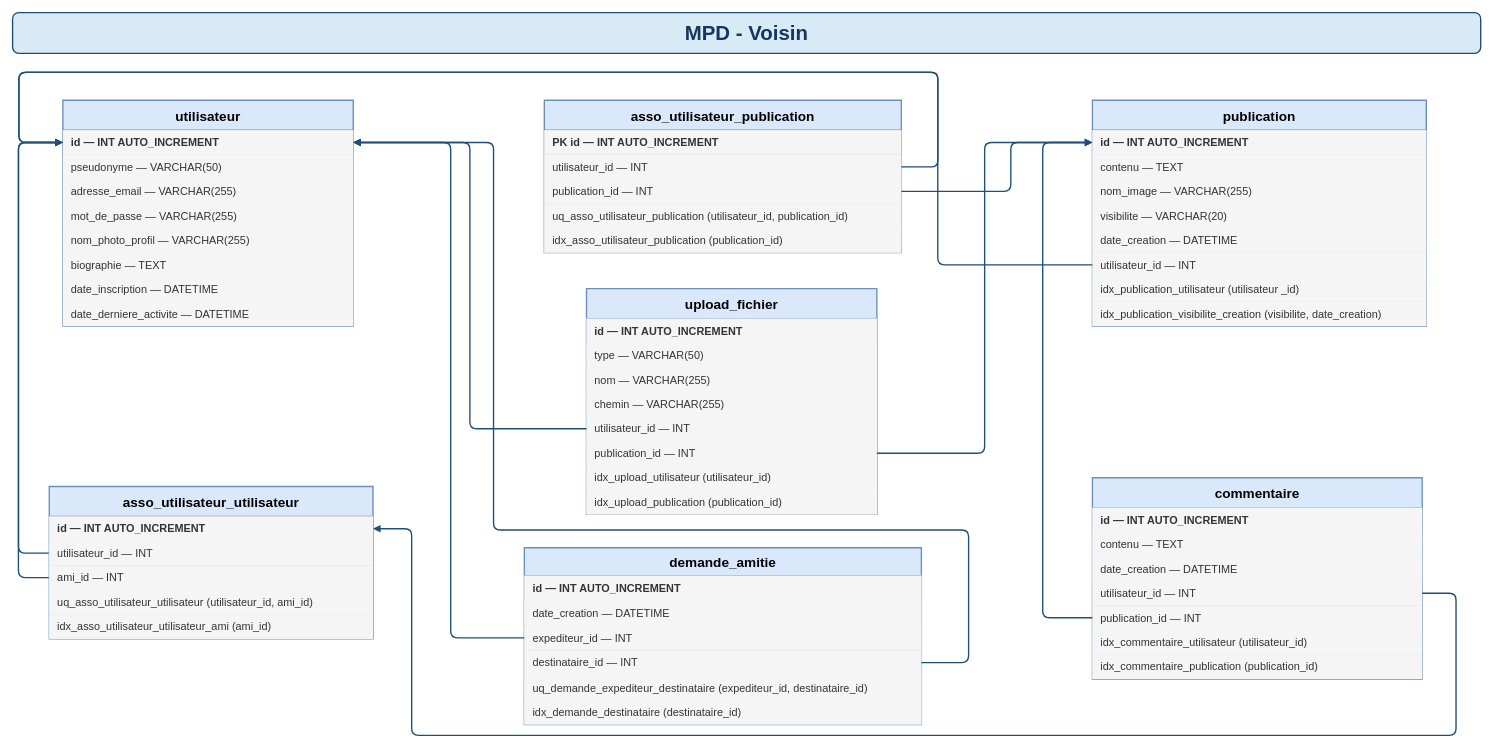
Before: page "MPD" (1 of 2) of documents/conceptualisation/Modèles de données/MPD.drawio in anthonylepichon/voisin, a draw.io diagram. Source tidied: cells renumbered, new cells numbered last; positions are measured from the earlier drawing's top-left corner, leaving out a move shared by most shapes. Both pictures are drawn from the tidied source at 68%, with x=0, y=0 at pixel (12, 12).
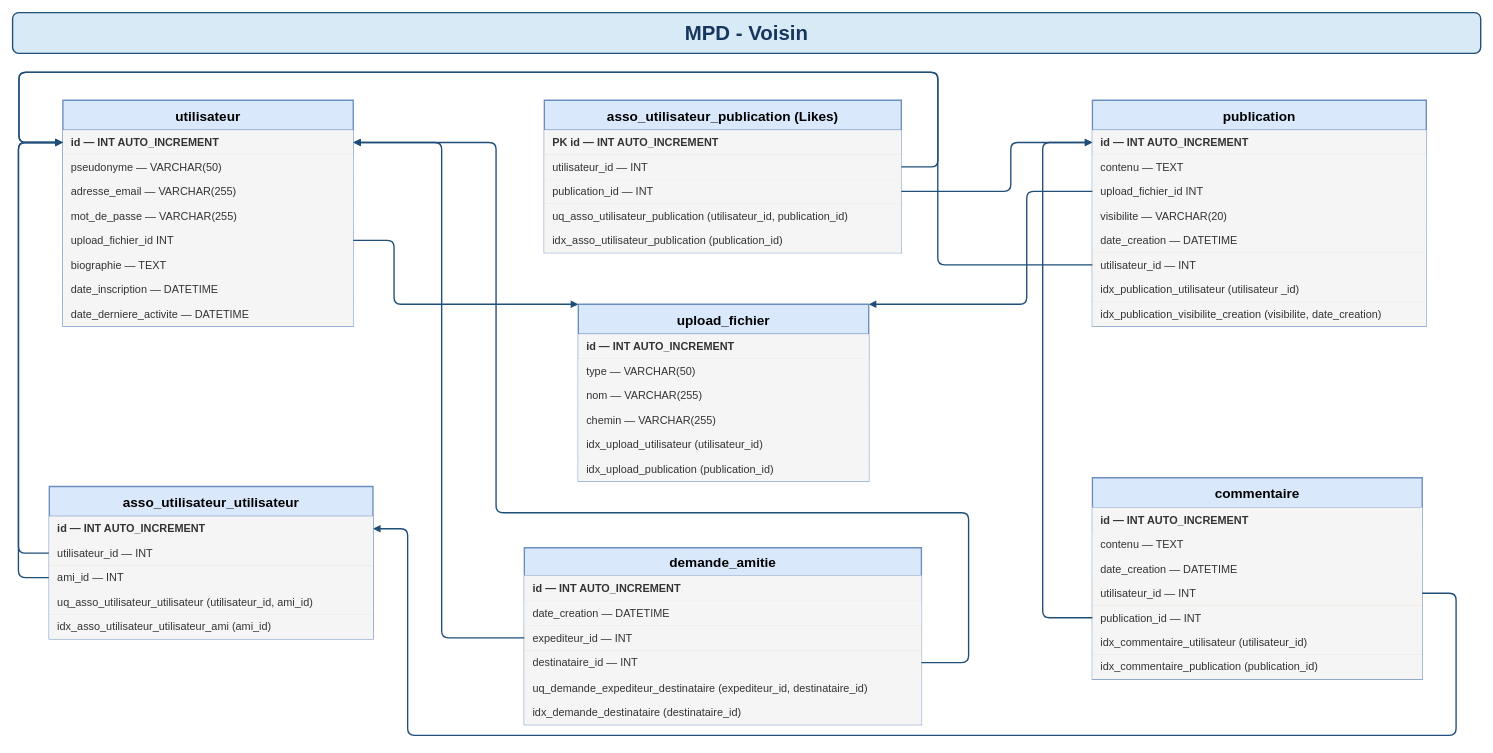
The same page after the edit.

Unchanged cells that the change refers to:
```xml
<mxCell id="15" style="shape=tableRow;horizontal=0;startSize=0;swimlaneHead=0;swimlaneBody=0;strokeColor=#9FBAD0;top=0;left=0;bottom=0;right=0;fillColor=#E1D5E7;points=[[0,0.5],[1,0.5]];portConstraint=eastwest;" parent="14" vertex="1">
  <mxGeometry y="44" width="427" height="36" as="geometry" />
</mxCell>
<mxCell id="23" style="shape=tableRow;horizontal=0;startSize=0;swimlaneHead=0;swimlaneBody=0;strokeColor=#9FBAD0;top=0;left=0;bottom=0;right=0;fillColor=#FFFFFF;points=[[0,0.5],[1,0.5]];portConstraint=eastwest;" parent="14" vertex="1">
  <mxGeometry y="188" width="427" height="36" as="geometry" />
</mxCell>
<mxCell id="36" style="shape=tableRow;horizontal=0;startSize=0;swimlaneHead=0;swimlaneBody=0;strokeColor=#9FBAD0;top=0;left=0;bottom=0;right=0;fillColor=#FFF2CC;points=[[0,0.5],[1,0.5]];portConstraint=eastwest;" parent="31" vertex="1">
  <mxGeometry y="114" width="583.9" height="37" as="geometry" />
</mxCell>
<mxCell id="38" style="shape=tableRow;horizontal=0;startSize=0;swimlaneHead=0;swimlaneBody=0;strokeColor=#9FBAD0;top=0;left=0;bottom=0;right=0;fillColor=#FFF2CC;points=[[0,0.5],[1,0.5]];portConstraint=eastwest;" parent="31" vertex="1">
  <mxGeometry y="151" width="583.9" height="36" as="geometry" />
</mxCell>
<mxCell id="45" style="shape=tableRow;horizontal=0;startSize=0;swimlaneHead=0;swimlaneBody=0;strokeColor=#9FBAD0;top=0;left=0;bottom=0;right=0;fillColor=#E1D5E7;points=[[0,0.5],[1,0.5]];portConstraint=eastwest;" parent="44" vertex="1">
  <mxGeometry y="44" width="491" height="36" as="geometry" />
</mxCell>
<mxCell id="49" style="shape=tableRow;horizontal=0;startSize=0;swimlaneHead=0;swimlaneBody=0;strokeColor=#9FBAD0;top=0;left=0;bottom=0;right=0;fillColor=#FFFFFF;points=[[0,0.5],[1,0.5]];portConstraint=eastwest;" parent="44" vertex="1">
  <mxGeometry y="116" width="491" height="36" as="geometry" />
</mxCell>
<mxCell id="68" style="shape=tableRow;horizontal=0;startSize=0;swimlaneHead=0;swimlaneBody=0;strokeColor=#9FBAD0;top=0;left=0;bottom=0;right=0;fillColor=#FFF2CC;points=[[0,0.5],[1,0.5]];portConstraint=eastwest;" parent="61" vertex="1">
  <mxGeometry y="152" width="485" height="36" as="geometry" />
</mxCell>
<mxCell id="86" style="shape=tableRow;horizontal=0;startSize=0;swimlaneHead=0;swimlaneBody=0;strokeColor=#9FBAD0;top=0;left=0;bottom=0;right=0;fillColor=#E1D5E7;points=[[0,0.5],[1,0.5]];portConstraint=eastwest;" parent="85" vertex="1">
  <mxGeometry y="44" width="476" height="36" as="geometry" />
</mxCell>
```

The edit, as a diff of the source:
```diff
@@
-    <mxCell id="3" value="asso_utilisateur_publication" style="shape=table;startSize=44;childLayout=tableLayout;strokeColor=#6c8ebf;strokeWidth=2;fillColor=#dae8fc;fontSize=20;rowLines=1;align=center;fontStyle=1;rounded=0;" parent="1" vertex="1">
+    <mxCell id="3" value="asso_utilisateur_publication (Likes)" style="shape=table;startSize=44;childLayout=tableLayout;strokeColor=#6c8ebf;strokeWidth=2;fillColor=#dae8fc;fontSize=20;rowLines=1;align=center;fontStyle=1;rounded=0;" parent="1" vertex="1">
       <mxGeometry x="782" y="129" width="525" height="224" as="geometry" />
     </mxCell>
@@
-    <mxCell id="24" value="nom_photo_profil — VARCHAR(255)" style="shape=partialRectangle;html=1;whiteSpace=wrap;strokeColor=#666666;fillColor=#f5f5f5;top=0;left=0;bottom=0;right=0;fontSize=16;fontColor=#333333;align=left;verticalAlign=middle;spacingLeft=10;" parent="23" vertex="1">
+    <mxCell id="24" value="upload_fichier_id INT" style="shape=partialRectangle;html=1;whiteSpace=wrap;strokeColor=#666666;fillColor=#f5f5f5;top=0;left=0;bottom=0;right=0;fontSize=16;fontColor=#333333;align=left;verticalAlign=middle;spacingLeft=10;" parent="23" vertex="1">
       <mxGeometry width="427" height="36" as="geometry" />
     </mxCell>
@@
-    <mxCell id="50" value="nom_image — VARCHAR(255)" style="shape=partialRectangle;html=1;whiteSpace=wrap;strokeColor=#666666;fillColor=#f5f5f5;top=0;left=0;bottom=0;right=0;fontSize=16;fontColor=#333333;align=left;verticalAlign=middle;spacingLeft=10;" parent="49" vertex="1">
+    <mxCell id="50" value="upload_fichier_id INT" style="shape=partialRectangle;html=1;whiteSpace=wrap;strokeColor=#666666;fillColor=#f5f5f5;top=0;left=0;bottom=0;right=0;fontSize=16;fontColor=#333333;align=left;verticalAlign=middle;spacingLeft=10;" parent="49" vertex="1">
       <mxGeometry width="491" height="36" as="geometry" />
     </mxCell>
@@
     <mxCell id="79" style="edgeStyle=orthogonalEdgeStyle;rounded=1;jettySize=20;html=1;endArrow=block;endFill=1;strokeColor=#1F4E78;strokeWidth=2;exitX=0;exitY=0.5;entryX=1;entryY=0.5;entryDx=0;entryDy=0;exitDx=0;exitDy=0;" parent="1" edge="1" source="36" target="15">
       <mxGeometry relative="1" as="geometry">
         <Array as="points">
-          <mxPoint x="644.3" y="919.5" />
-          <mxPoint x="644.3" y="191" />
+          <mxPoint x="631" y="919.5" />
+          <mxPoint x="631" y="191" />
         </Array>
       </mxGeometry>
     </mxCell>
     <mxCell id="80" style="edgeStyle=orthogonalEdgeStyle;rounded=1;jettySize=20;html=1;endArrow=block;endFill=1;strokeColor=#1F4E78;strokeWidth=2;exitX=1;exitY=0.5;entryX=1;entryY=0.5;entryDx=0;entryDy=0;" parent="1" edge="1" source="38" target="15">
       <mxGeometry relative="1" as="geometry">
         <Array as="points">
           <mxPoint x="1405.9" y="956" />
-          <mxPoint x="1405.9" y="760.9" />
-          <mxPoint x="707.3" y="760.9" />
-          <mxPoint x="707.3" y="191" />
+          <mxPoint x="1405.9" y="735.5" />
+          <mxPoint x="711" y="735.5" />
+          <mxPoint x="711" y="191" />
         </Array>
       </mxGeometry>
     </mxCell>
@@
     <mxCell id="84" style="edgeStyle=orthogonalEdgeStyle;rounded=1;jettySize=20;html=1;endArrow=block;endFill=1;strokeColor=#1F4E78;strokeWidth=2;exitX=1;exitY=0.5;entryX=1;entryY=0.5;entryDx=0;entryDy=0;" parent="1" edge="1" source="68" target="86">
       <mxGeometry relative="1" as="geometry">
         <Array as="points">
-          <mxPoint x="2122.7" y="854" />
-          <mxPoint x="2122.7" y="1063" />
-          <mxPoint x="586.9" y="1063" />
-          <mxPoint x="586.9" y="759" />
+          <mxPoint x="2122.8" y="854" />
+          <mxPoint x="2122.8" y="1063" />
+          <mxPoint x="581" y="1063" />
+          <mxPoint x="581" y="759" />
         </Array>
       </mxGeometry>
     </mxCell>
@@
     <mxCell id="96" value="upload_fichier" style="shape=table;startSize=44;childLayout=tableLayout;strokeColor=#6c8ebf;strokeWidth=2;fillColor=#dae8fc;fontSize=20;rowLines=1;align=center;fontStyle=1;rounded=0;" parent="1" vertex="1">
-      <mxGeometry x="844" y="406" width="427" height="332" as="geometry" />
+      <mxGeometry x="832" y="429" width="427" height="260" as="geometry" />
     </mxCell>
@@
-    <mxCell id="105" style="shape=tableRow;horizontal=0;startSize=0;swimlaneHead=0;swimlaneBody=0;strokeColor=#9FBAD0;top=0;left=0;bottom=0;right=0;fillColor=#FFFFFF;points=[[0,0.5],[1,0.5]];portConstraint=eastwest;" parent="96" vertex="1">
-      <mxGeometry y="188" width="427" height="36" as="geometry" />
-    </mxCell>
-    <mxCell id="106" value="utilisateur_id — INT" style="shape=partialRectangle;html=1;whiteSpace=wrap;strokeColor=#666666;fillColor=#f5f5f5;top=0;left=0;bottom=0;right=0;fontSize=16;fontColor=#333333;align=left;verticalAlign=middle;spacingLeft=10;" parent="105" vertex="1">
-      <mxGeometry width="427" height="36" as="geometry" />
-    </mxCell>
-    <mxCell id="107" style="shape=tableRow;horizontal=0;startSize=0;swimlaneHead=0;swimlaneBody=0;strokeColor=#9FBAD0;top=0;left=0;bottom=0;right=0;fillColor=#FFFFFF;points=[[0,0.5],[1,0.5]];portConstraint=eastwest;" parent="96" vertex="1">
-      <mxGeometry y="224" width="427" height="36" as="geometry" />
-    </mxCell>
-    <mxCell id="108" value="publication_id — INT" style="shape=partialRectangle;html=1;whiteSpace=wrap;strokeColor=#666666;fillColor=#f5f5f5;top=0;left=0;bottom=0;right=0;fontSize=16;fontColor=#333333;align=left;verticalAlign=middle;spacingLeft=10;" parent="107" vertex="1">
-      <mxGeometry width="427" height="36" as="geometry" />
-    </mxCell>
     <mxCell id="109" style="shape=tableRow;horizontal=0;startSize=0;swimlaneHead=0;swimlaneBody=0;strokeColor=#9FBAD0;top=0;left=0;bottom=0;right=0;fillColor=#FFFFFF;" parent="96" vertex="1">
-      <mxGeometry y="260" width="427" height="36" as="geometry" />
+      <mxGeometry y="188" width="427" height="36" as="geometry" />
     </mxCell>
@@
     <mxCell id="111" style="shape=tableRow;horizontal=0;startSize=0;swimlaneHead=0;swimlaneBody=0;strokeColor=#9FBAD0;top=0;left=0;bottom=0;right=0;fillColor=#FFFFFF;" parent="96" vertex="1">
-      <mxGeometry y="296" width="427" height="36" as="geometry" />
+      <mxGeometry y="224" width="427" height="36" as="geometry" />
     </mxCell>
@@
+    <mxCell id="114" style="edgeStyle=orthogonalEdgeStyle;shape=connector;rounded=1;jettySize=auto;html=1;exitX=0;exitY=0.5;exitDx=0;exitDy=0;entryX=1;entryY=0;entryDx=0;entryDy=0;strokeColor=#1F4E78;strokeWidth=2;align=center;verticalAlign=middle;fontFamily=Helvetica;fontSize=11;fontColor=default;labelBackgroundColor=default;endArrow=block;endFill=1;" parent="1" edge="1" source="49" target="96">
+      <mxGeometry relative="1" as="geometry">
+        <Array as="points">
+          <mxPoint x="1491.4" y="263" />
+          <mxPoint x="1491.4" y="429" />
+        </Array>
+      </mxGeometry>
+    </mxCell>
-    <mxCell id="113" style="edgeStyle=orthogonalEdgeStyle;shape=connector;rounded=1;jettySize=auto;html=1;exitX=0;exitY=0.5;exitDx=0;exitDy=0;entryX=1;entryY=0.5;entryDx=0;entryDy=0;strokeColor=#1F4E78;strokeWidth=2;align=center;verticalAlign=middle;fontFamily=Helvetica;fontSize=11;fontColor=default;labelBackgroundColor=default;endArrow=block;endFill=1;" parent="1" edge="1" source="105" target="15">
-      <mxGeometry relative="1" as="geometry" />
+    <mxCell id="113" style="edgeStyle=orthogonalEdgeStyle;shape=connector;rounded=1;jettySize=auto;html=1;exitX=1;exitY=0.5;exitDx=0;exitDy=0;entryX=0;entryY=0;entryDx=0;entryDy=0;strokeColor=#1F4E78;strokeWidth=2;align=center;verticalAlign=middle;fontFamily=Helvetica;fontSize=11;fontColor=default;labelBackgroundColor=default;endArrow=block;endFill=1;" parent="1" edge="1" source="23" target="96">
+      <mxGeometry relative="1" as="geometry">
+        <Array as="points">
+          <mxPoint x="561" y="335" />
+          <mxPoint x="561" y="429" />
+        </Array>
+      </mxGeometry>
     </mxCell>
-    <mxCell id="114" style="edgeStyle=orthogonalEdgeStyle;shape=connector;rounded=1;jettySize=auto;html=1;exitX=1;exitY=0.5;exitDx=0;exitDy=0;entryX=0;entryY=0.5;entryDx=0;entryDy=0;strokeColor=#1F4E78;strokeWidth=2;align=center;verticalAlign=middle;fontFamily=Helvetica;fontSize=11;fontColor=default;labelBackgroundColor=default;endArrow=block;endFill=1;" parent="1" edge="1" source="107" target="45">
-      <mxGeometry relative="1" as="geometry" />
-    </mxCell>
```
